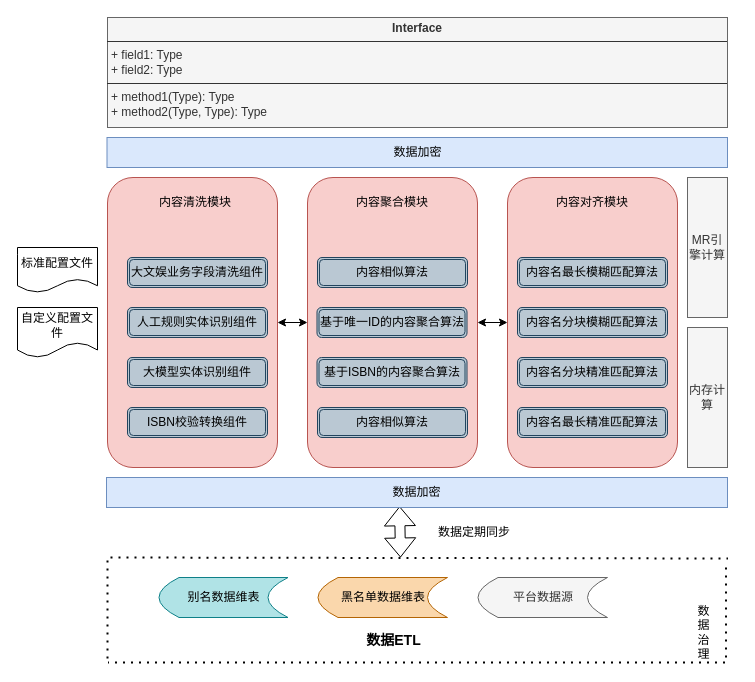
This is 数据对齐拉平.drawio from Luoxun1989/work-graph, a draw.io file, before an edit. Source tidied: cells renumbered, new cells numbered last; positions are measured from the earlier drawing's top-left corner, leaving out a move shared by most shapes. Both pictures are drawn from the tidied source at 100%, with x=0, y=0 at pixel (17, 17).
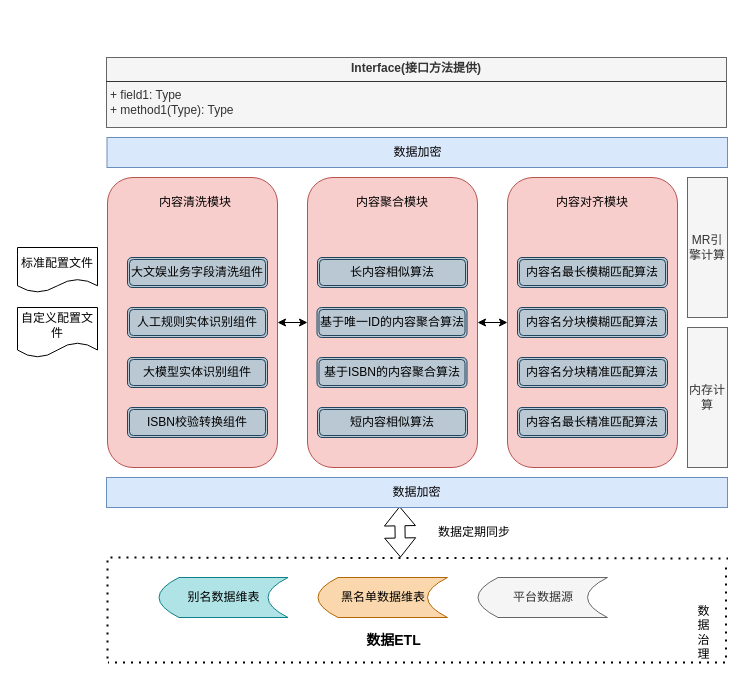
After the change.

Commit message:
更新数据对齐拉平.drawio

What changed in the source:
```diff
@@
-    <mxCell id="14" value="内容相似算法" style="shape=ext;double=1;rounded=1;whiteSpace=wrap;html=1;fillColor=#bac8d3;strokeColor=#23445d;glass=0;shadow=0;" parent="1" vertex="1">
+    <mxCell id="14" value="短内容相似算法" style="shape=ext;double=1;rounded=1;whiteSpace=wrap;html=1;fillColor=#bac8d3;strokeColor=#23445d;glass=0;shadow=0;" parent="1" vertex="1">
       <mxGeometry x="300" y="390" width="150" height="30" as="geometry" />
     </mxCell>
@@
-    <mxCell id="29" value="内容相似算法" style="shape=ext;double=1;rounded=1;whiteSpace=wrap;html=1;fillColor=#bac8d3;strokeColor=#23445d;glass=0;shadow=0;" parent="1" vertex="1">
+    <mxCell id="29" value="长内容相似算法" style="shape=ext;double=1;rounded=1;whiteSpace=wrap;html=1;fillColor=#bac8d3;strokeColor=#23445d;glass=0;shadow=0;" parent="1" vertex="1">
       <mxGeometry x="300" y="240" width="150" height="30" as="geometry" />
     </mxCell>
@@
-    <mxCell id="37" value="&lt;p style=&quot;margin:0px;margin-top:4px;text-align:center;&quot;&gt;&lt;b&gt;Interface&lt;/b&gt;&lt;/p&gt;&lt;hr size=&quot;1&quot; style=&quot;border-style:solid;&quot;&gt;&lt;p style=&quot;margin:0px;margin-left:4px;&quot;&gt;+ field1: Type&lt;br&gt;+ field2: Type&lt;/p&gt;&lt;hr size=&quot;1&quot; style=&quot;border-style:solid;&quot;&gt;&lt;p style=&quot;margin:0px;margin-left:4px;&quot;&gt;+ method1(Type): Type&lt;br&gt;+ method2(Type, Type): Type&lt;/p&gt;" style="verticalAlign=top;align=left;overflow=fill;html=1;whiteSpace=wrap;fillColor=#f5f5f5;fontColor=#333333;strokeColor=#666666;" parent="1" vertex="1">
-      <mxGeometry x="90" width="620" height="110" as="geometry" />
+    <mxCell id="37" value="&lt;p style=&quot;margin:0px;margin-top:4px;text-align:center;&quot;&gt;&lt;b&gt;Interface(接口方法提供)&lt;/b&gt;&lt;/p&gt;&lt;hr size=&quot;1&quot; style=&quot;border-style:solid;&quot;&gt;&lt;p style=&quot;margin:0px;margin-left:4px;&quot;&gt;+ field1: Type&lt;br&gt;&lt;/p&gt;&lt;p style=&quot;margin:0px;margin-left:4px;&quot;&gt;+ method1(Type): Type&lt;br&gt;&lt;/p&gt;" style="verticalAlign=top;align=left;overflow=fill;html=1;whiteSpace=wrap;fillColor=#f5f5f5;fontColor=#333333;strokeColor=#666666;" parent="1" vertex="1">
+      <mxGeometry x="89" y="40" width="620" height="70" as="geometry" />
     </mxCell>
```
